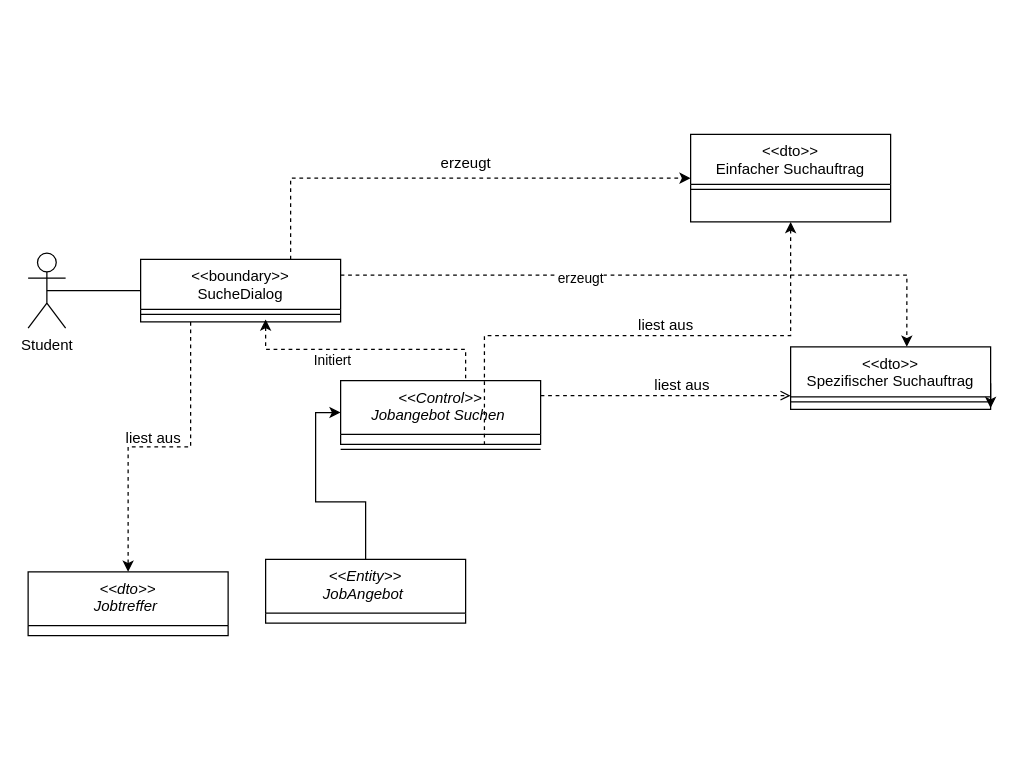
Before: 71b.drawio in dhefel2s/Hbrs, a draw.io diagram. Source tidied: cells renumbered, new cells numbered last; positions are measured from the earlier drawing's top-left corner, leaving out a move shared by most shapes. Both pictures are drawn from the tidied source at 125%, with x=0, y=0 at pixel (28, 134).
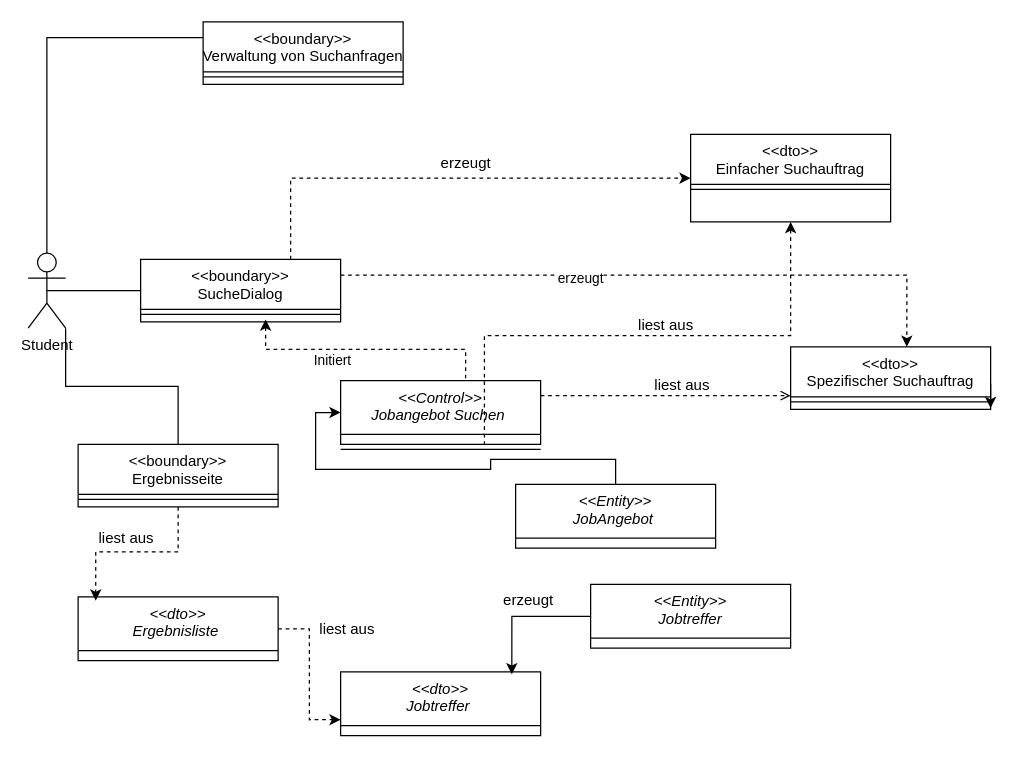
Above is the later version.

The change refers to these unchanged cells:
```xml
<mxCell id="5" value="&lt;&lt;boundary&gt;&gt;&#10;SucheDialog" style="swimlane;fontStyle=0;align=center;verticalAlign=top;horizontal=1;startSize=40;rounded=0;shadow=0;strokeWidth=1;" parent="1" vertex="1">
  <mxGeometry x="90" y="100" width="160" height="50" as="geometry" />
</mxCell>
<mxCell id="18" value="Student" style="shape=umlActor;verticalLabelPosition=bottom;verticalAlign=top;html=1;" parent="1" vertex="1">
  <mxGeometry y="95" width="30" height="60" as="geometry" />
</mxCell>
```

Diff of the diagram source:
```diff
@@
-    <mxCell id="4" style="edgeStyle=orthogonalEdgeStyle;rounded=0;jettySize=auto;html=1;exitX=0.25;exitY=1;exitDx=0;exitDy=0;dashed=1;" parent="1" edge="1" source="5" target="26">
-      <mxGeometry relative="1" as="geometry" />
-    </mxCell>
@@
+    <mxCell id="28" style="edgeStyle=orthogonalEdgeStyle;rounded=0;jettySize=auto;html=1;exitX=1;exitY=1;exitDx=0;exitDy=0;exitPerimeter=0;endArrow=none;endFill=0;" parent="1" edge="1" source="18" target="30">
+      <mxGeometry relative="1" as="geometry" />
+    </mxCell>
+    <mxCell id="29" style="edgeStyle=orthogonalEdgeStyle;rounded=0;jettySize=auto;html=1;exitX=0.5;exitY=0;exitDx=0;exitDy=0;exitPerimeter=0;entryX=0;entryY=0.25;entryDx=0;entryDy=0;endArrow=none;endFill=0;" parent="1" edge="1" source="18" target="39">
+      <mxGeometry relative="1" as="geometry" />
+    </mxCell>
@@
     <mxCell id="25" value="&lt;&lt;Entity&gt;&gt;&#10;JobAngebot " style="swimlane;fontStyle=2;align=center;verticalAlign=top;horizontal=1;startSize=43;rounded=0;shadow=0;strokeWidth=1;" parent="1" vertex="1">
-      <mxGeometry x="190" y="340" width="160" height="51" as="geometry" />
+      <mxGeometry x="390" y="280" width="160" height="51" as="geometry" />
     </mxCell>
     <mxCell id="26" value="&lt;&lt;dto&gt;&gt;&#10;Jobtreffer " style="swimlane;fontStyle=2;align=center;verticalAlign=top;horizontal=1;startSize=43;rounded=0;shadow=0;strokeWidth=1;" parent="1" vertex="1">
-      <mxGeometry y="350" width="160" height="51" as="geometry" />
+      <mxGeometry x="250" y="430" width="160" height="51" as="geometry" />
     </mxCell>
+    <mxCell id="30" value="&lt;&lt;boundary&gt;&gt;&#10;Ergebnisseite" style="swimlane;fontStyle=0;align=center;verticalAlign=top;horizontal=1;startSize=40;rounded=0;shadow=0;strokeWidth=1;" parent="1" vertex="1">
+      <mxGeometry x="40" y="248" width="160" height="50" as="geometry" />
+    </mxCell>
+    <mxCell id="31" style="line;html=1;strokeWidth=1;align=left;verticalAlign=middle;spacingTop=-1;spacingLeft=3;spacingRight=3;labelPosition=right;" parent="30" vertex="1">
+      <mxGeometry y="40" width="160" height="8" as="geometry" />
+    </mxCell>
+    <mxCell id="32" style="edgeStyle=orthogonalEdgeStyle;rounded=0;jettySize=auto;html=1;entryX=0;entryY=0.75;entryDx=0;entryDy=0;dashed=1;" parent="1" edge="1" source="33" target="26">
+      <mxGeometry relative="1" as="geometry" />
+    </mxCell>
+    <mxCell id="33" value="&lt;&lt;dto&gt;&gt;&#10;Ergebnisliste " style="swimlane;fontStyle=2;align=center;verticalAlign=top;horizontal=1;startSize=43;rounded=0;shadow=0;strokeWidth=1;" parent="1" vertex="1">
+      <mxGeometry x="40" y="370" width="160" height="51" as="geometry" />
+    </mxCell>
+    <mxCell id="34" value="&lt;&lt;Entity&gt;&gt;&#10;Jobtreffer" style="swimlane;fontStyle=2;align=center;verticalAlign=top;horizontal=1;startSize=43;rounded=0;shadow=0;strokeWidth=1;" parent="1" vertex="1">
+      <mxGeometry x="450" y="360" width="160" height="51" as="geometry" />
+    </mxCell>
+    <mxCell id="35" style="edgeStyle=orthogonalEdgeStyle;rounded=0;jettySize=auto;html=1;entryX=0.088;entryY=0.059;entryDx=0;entryDy=0;entryPerimeter=0;dashed=1;" parent="1" edge="1" source="30" target="33">
+      <mxGeometry relative="1" as="geometry" />
+    </mxCell>
+    <mxCell id="36" value="liest aus&amp;nbsp;" style="text;html=1;align=center;verticalAlign=middle;strokeColor=none;fillColor=none;" parent="1" vertex="1">
+      <mxGeometry x="45" y="308" width="70" height="30" as="geometry" />
+    </mxCell>
     <mxCell id="27" value="liest aus" style="text;html=1;align=center;verticalAlign=middle;strokeColor=none;fillColor=none;" parent="1" vertex="1">
-      <mxGeometry x="65" y="228" width="70" height="30" as="geometry" />
+      <mxGeometry x="220" y="381" width="70" height="30" as="geometry" />
     </mxCell>
+    <mxCell id="37" style="edgeStyle=orthogonalEdgeStyle;rounded=0;jettySize=auto;html=1;exitX=0;exitY=0.5;exitDx=0;exitDy=0;entryX=0.856;entryY=0.039;entryDx=0;entryDy=0;entryPerimeter=0;" parent="1" edge="1" source="34" target="26">
+      <mxGeometry relative="1" as="geometry" />
+    </mxCell>
+    <mxCell id="38" value="erzeugt" style="text;html=1;align=center;verticalAlign=middle;strokeColor=none;fillColor=none;" parent="1" vertex="1">
+      <mxGeometry x="370" y="358" width="60" height="30" as="geometry" />
+    </mxCell>
+    <mxCell id="39" value="&lt;&lt;boundary&gt;&gt;&#10;Verwaltung von Suchanfragen" style="swimlane;fontStyle=0;align=center;verticalAlign=top;horizontal=1;startSize=40;rounded=0;shadow=0;strokeWidth=1;" parent="1" vertex="1">
+      <mxGeometry x="140" y="-90" width="160" height="50" as="geometry" />
+    </mxCell>
+    <mxCell id="40" style="line;html=1;strokeWidth=1;align=left;verticalAlign=middle;spacingTop=-1;spacingLeft=3;spacingRight=3;labelPosition=right;" parent="39" vertex="1">
+      <mxGeometry y="40" width="160" height="8" as="geometry" />
+    </mxCell>
```
